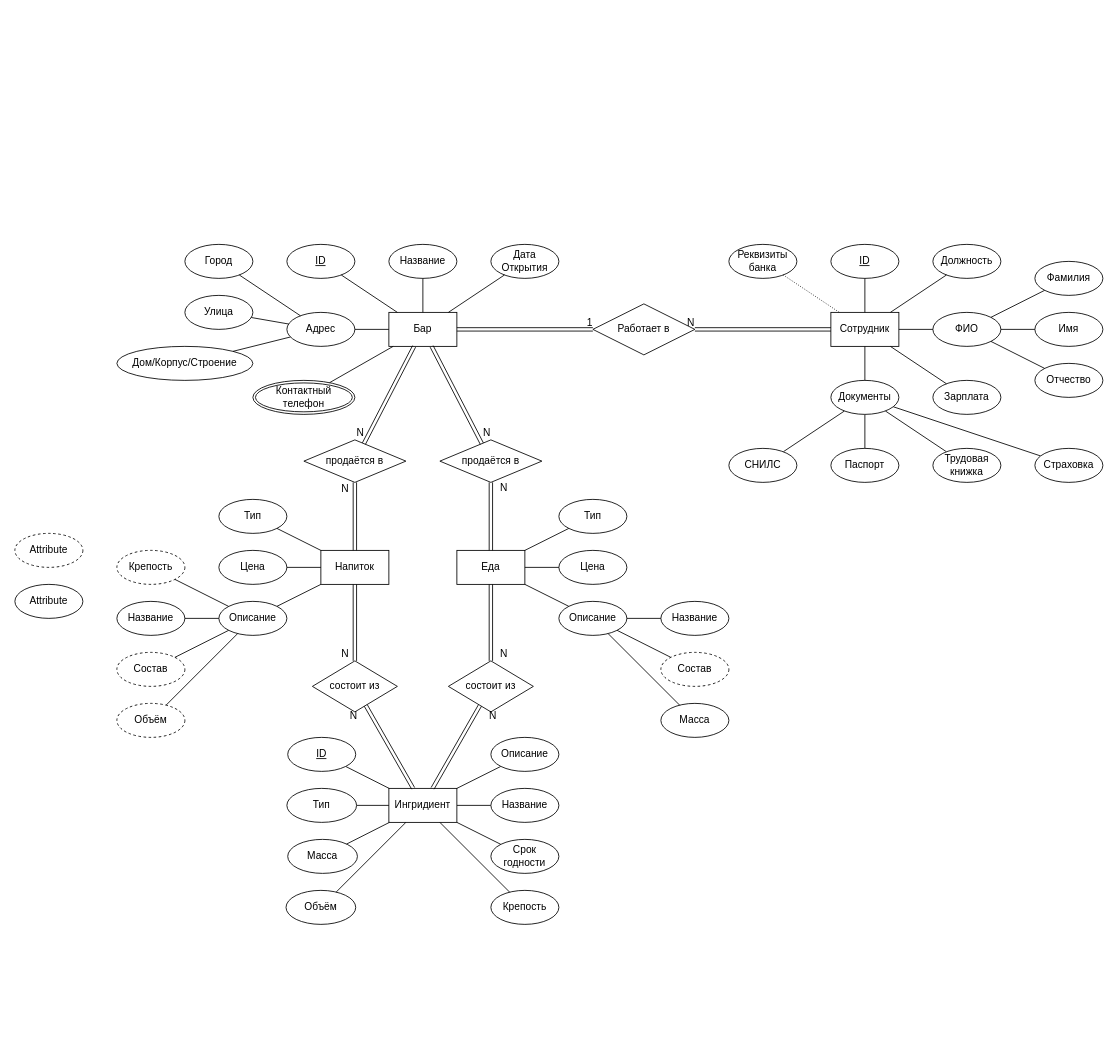
Earlier version of the draw.io diagram erm.drawio (randomunrandom/pkis). Source tidied: cells renumbered, new cells numbered last; positions are measured from the earlier drawing's top-left corner, leaving out a move shared by most shapes. Both pictures are drawn from the tidied source at 85%, with x=0, y=0 at pixel (14, 244).
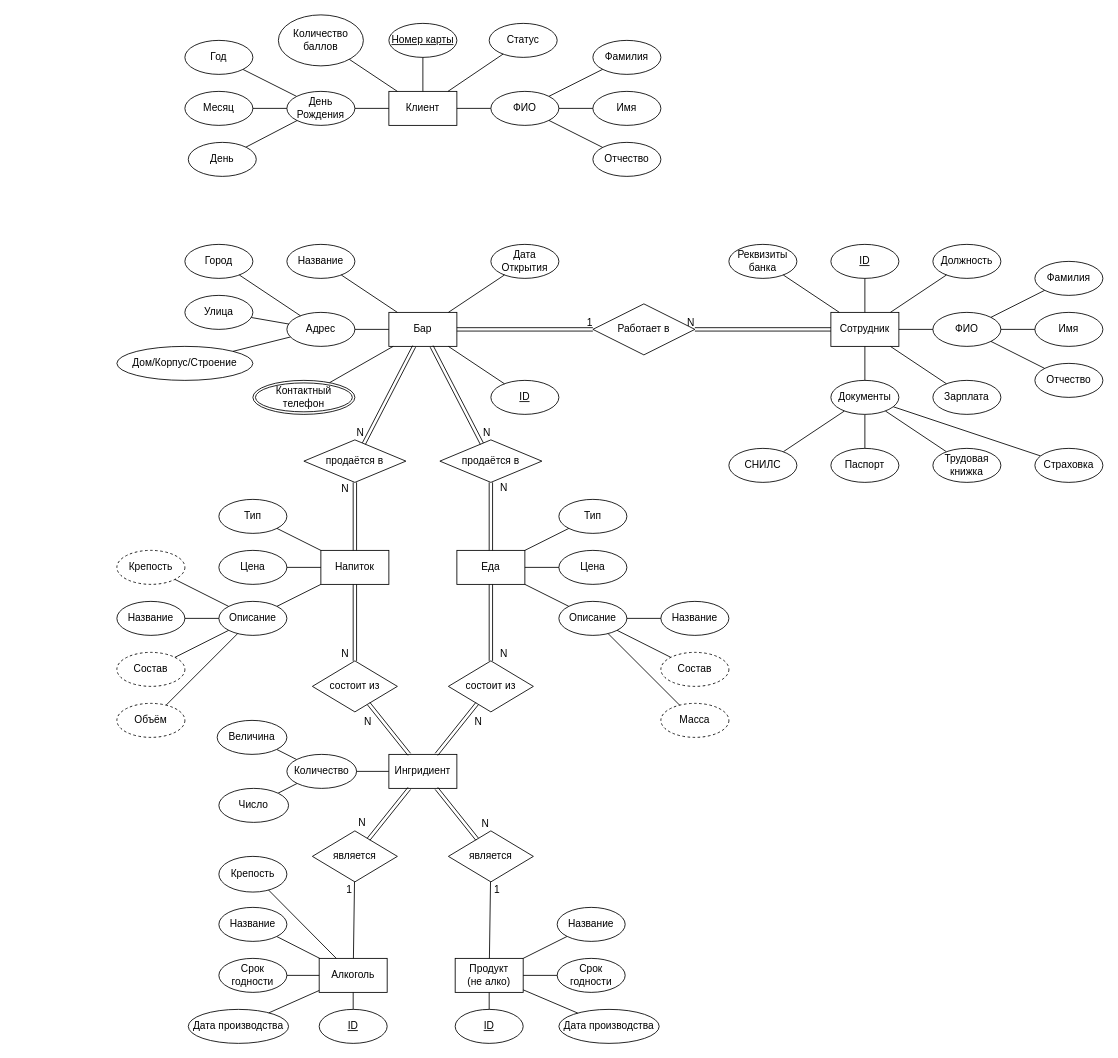
After the change.

Unchanged cells that the change refers to:
```xml
<mxCell id="23" value="Сотрудник" style="whiteSpace=wrap;html=1;align=center;" parent="1" vertex="1">
  <mxGeometry x="960" y="80" width="80" height="40" as="geometry" />
</mxCell>
<mxCell id="50" value="Реквизиты банка" style="ellipse;whiteSpace=wrap;html=1;align=center;" parent="1" vertex="1">
  <mxGeometry x="840" width="80" height="40" as="geometry" />
</mxCell>
<mxCell id="64" value="состоит из" style="shape=rhombus;perimeter=rhombusPerimeter;whiteSpace=wrap;html=1;align=center;" parent="1" vertex="1">
  <mxGeometry x="350" y="490" width="100" height="60" as="geometry" />
</mxCell>
<mxCell id="72" value="Описание" style="ellipse;whiteSpace=wrap;html=1;align=center;" parent="1" vertex="1">
  <mxGeometry x="640" y="420" width="80" height="40" as="geometry" />
</mxCell>
<mxCell id="77" value="состоит из" style="shape=rhombus;perimeter=rhombusPerimeter;whiteSpace=wrap;html=1;align=center;" parent="1" vertex="1">
  <mxGeometry x="510" y="490" width="100" height="60" as="geometry" />
</mxCell>
```

Diff of the diagram source:
```diff
@@
     <mxCell id="3" value="ID" style="ellipse;whiteSpace=wrap;html=1;align=center;fontStyle=4;" parent="1" vertex="1">
-      <mxGeometry x="320" width="80" height="40" as="geometry" />
+      <mxGeometry x="560" y="160" width="80" height="40" as="geometry" />
     </mxCell>
@@
     <mxCell id="5" value="Название" style="ellipse;whiteSpace=wrap;html=1;align=center;" parent="1" vertex="1">
-      <mxGeometry x="440" width="80" height="40" as="geometry" />
+      <mxGeometry x="320" width="80" height="40" as="geometry" />
     </mxCell>
@@
-    <mxCell id="18" value="Attribute" style="ellipse;whiteSpace=wrap;html=1;align=center;" parent="1" vertex="1">
-      <mxGeometry y="400" width="80" height="40" as="geometry" />
-    </mxCell>
@@
-    <mxCell id="51" style="endArrow=none;html=1;rounded=0;dashed=1;dashPattern=1 2;" parent="1" edge="1" source="50" target="23">
-      <mxGeometry relative="1" as="geometry" />
-    </mxCell>
@@
-    <mxCell id="69" value="Attribute" style="ellipse;whiteSpace=wrap;html=1;align=center;dashed=1;" parent="1" vertex="1">
-      <mxGeometry y="340" width="80" height="40" as="geometry" />
-    </mxCell>
@@
-    <mxCell id="82" value="Масса" style="ellipse;whiteSpace=wrap;html=1;align=center;" parent="1" vertex="1">
-      <mxGeometry x="760" y="540" width="80" height="40" as="geometry" />
-    </mxCell>
@@
-    <mxCell id="96" style="endArrow=none;html=1;rounded=0;" parent="1" edge="1" source="72" target="82">
+    <mxCell id="96" style="endArrow=none;html=1;rounded=0;" parent="1" edge="1" source="72" target="124">
       <mxGeometry relative="1" as="geometry" />
     </mxCell>
-    <mxCell id="97" style="edgeStyle=none;rounded=0;jettySize=auto;html=1;endArrow=none;endFill=0;" parent="1" edge="1" source="99" target="104">
-      <mxGeometry relative="1" as="geometry" />
-    </mxCell>
@@
-    <mxCell id="99" value="Ингридиент" style="whiteSpace=wrap;html=1;align=center;" parent="1" vertex="1">
-      <mxGeometry x="440" y="640" width="80" height="40" as="geometry" />
+    <mxCell id="99" value="Продукт&lt;br&gt;(не алко)" style="whiteSpace=wrap;html=1;align=center;" parent="1" vertex="1">
+      <mxGeometry x="518" y="840" width="80" height="40" as="geometry" />
     </mxCell>
-    <mxCell id="100" style="shape=link;html=1;rounded=0;endArrow=none;endFill=0;" parent="1" edge="1" source="99" target="77">
-      <mxGeometry relative="1" as="geometry" />
-    </mxCell>
-    <mxCell id="101" value="N" style="html=1;align=right;verticalAlign=bottom;direction=south;" parent="100" vertex="1">
-      <mxGeometry x="1" relative="1" as="geometry">
-        <mxPoint x="20" y="20" as="offset" />
-      </mxGeometry>
-    </mxCell>
-    <mxCell id="102" style="shape=link;html=1;rounded=0;endArrow=none;endFill=0;" parent="1" edge="1" source="99" target="64">
-      <mxGeometry relative="1" as="geometry" />
-    </mxCell>
-    <mxCell id="103" value="N" style="html=1;align=right;verticalAlign=bottom;direction=south;" parent="102" vertex="1">
-      <mxGeometry x="1" relative="1" as="geometry">
-        <mxPoint x="-10" y="20" as="offset" />
-      </mxGeometry>
-    </mxCell>
-    <mxCell id="104" value="Описание" style="ellipse;whiteSpace=wrap;html=1;align=center;" parent="1" vertex="1">
-      <mxGeometry x="560" y="580" width="80" height="40" as="geometry" />
-    </mxCell>
     <mxCell id="105" value="Название" style="ellipse;whiteSpace=wrap;html=1;align=center;" parent="1" vertex="1">
-      <mxGeometry x="560" y="640" width="80" height="40" as="geometry" />
+      <mxGeometry x="638" y="780" width="80" height="40" as="geometry" />
     </mxCell>
     <mxCell id="106" value="Срок годности" style="ellipse;whiteSpace=wrap;html=1;align=center;" parent="1" vertex="1">
-      <mxGeometry x="560" y="700" width="80" height="40" as="geometry" />
+      <mxGeometry x="638" y="840" width="80" height="40" as="geometry" />
     </mxCell>
@@
-    <mxCell id="108" style="edgeStyle=none;rounded=0;jettySize=auto;html=1;endArrow=none;endFill=0;" parent="1" edge="1" source="109" target="99">
-      <mxGeometry relative="1" as="geometry" />
-    </mxCell>
-    <mxCell id="109" value="Тип" style="ellipse;whiteSpace=wrap;html=1;align=center;" parent="1" vertex="1">
-      <mxGeometry x="320" y="640" width="82" height="40" as="geometry" />
-    </mxCell>
     <mxCell id="110" value="ID" style="ellipse;whiteSpace=wrap;html=1;align=center;fontStyle=4;" parent="1" vertex="1">
-      <mxGeometry x="321" y="580" width="80" height="40" as="geometry" />
+      <mxGeometry x="518" y="900" width="80" height="40" as="geometry" />
     </mxCell>
-    <mxCell id="111" value="Масса" style="ellipse;whiteSpace=wrap;html=1;align=center;" parent="1" vertex="1">
-      <mxGeometry x="321" y="700" width="82" height="40" as="geometry" />
-    </mxCell>
+    <mxCell id="118" style="edgeStyle=none;rounded=0;jettySize=auto;html=1;endArrow=none;endFill=0;" parent="1" edge="1" source="112" target="121">
+      <mxGeometry relative="1" as="geometry" />
+    </mxCell>
+    <mxCell id="119" style="edgeStyle=none;rounded=0;jettySize=auto;html=1;endArrow=none;endFill=0;" parent="1" edge="1" source="112" target="120">
+      <mxGeometry relative="1" as="geometry" />
+    </mxCell>
-    <mxCell id="112" value="Объём" style="ellipse;whiteSpace=wrap;html=1;align=center;" parent="1" vertex="1">
-      <mxGeometry x="319" y="760" width="82" height="40" as="geometry" />
+    <mxCell id="112" value="Количество" style="ellipse;whiteSpace=wrap;html=1;align=center;" parent="1" vertex="1">
+      <mxGeometry x="320" y="600" width="82" height="40" as="geometry" />
     </mxCell>
+    <mxCell id="120" value="Число" style="ellipse;whiteSpace=wrap;html=1;align=center;" parent="1" vertex="1">
+      <mxGeometry x="240" y="640" width="82" height="40" as="geometry" />
+    </mxCell>
+    <mxCell id="121" value="Величина" style="ellipse;whiteSpace=wrap;html=1;align=center;" parent="1" vertex="1">
+      <mxGeometry x="238" y="560" width="82" height="40" as="geometry" />
+    </mxCell>
+    <mxCell id="117" style="edgeStyle=none;rounded=0;jettySize=auto;html=1;endArrow=none;endFill=0;" parent="1" edge="1" source="99" target="106">
+      <mxGeometry relative="1" as="geometry" />
+    </mxCell>
+    <mxCell id="122" style="edgeStyle=none;rounded=0;jettySize=auto;html=1;exitX=0;exitY=0.5;exitDx=0;exitDy=0;endArrow=none;endFill=0;" parent="1" edge="1" source="123" target="112">
+      <mxGeometry relative="1" as="geometry" />
+    </mxCell>
+    <mxCell id="123" value="Ингридиент" style="whiteSpace=wrap;html=1;align=center;" parent="1" vertex="1">
+      <mxGeometry x="440" y="600" width="80" height="40" as="geometry" />
+    </mxCell>
+    <mxCell id="124" value="Масса" style="ellipse;whiteSpace=wrap;html=1;align=center;dashed=1;" parent="1" vertex="1">
+      <mxGeometry x="760" y="540" width="80" height="40" as="geometry" />
+    </mxCell>
+    <mxCell id="125" style="shape=link;html=1;rounded=0;endArrow=none;endFill=0;" parent="1" edge="1" source="123" target="64">
+      <mxGeometry relative="1" as="geometry" />
+    </mxCell>
+    <mxCell id="126" value="N" style="html=1;align=right;verticalAlign=bottom;direction=south;" parent="125" vertex="1">
+      <mxGeometry x="1" relative="1" as="geometry">
+        <mxPoint x="3.5" y="29.4" as="offset" />
+      </mxGeometry>
+    </mxCell>
+    <mxCell id="127" style="shape=link;html=1;rounded=0;endArrow=none;endFill=0;" parent="1" edge="1" source="123" target="77">
+      <mxGeometry relative="1" as="geometry" />
+    </mxCell>
+    <mxCell id="128" value="N" style="html=1;align=right;verticalAlign=bottom;direction=south;" parent="127" vertex="1">
+      <mxGeometry x="1" relative="1" as="geometry">
+        <mxPoint x="6.5" y="29.4" as="offset" />
+      </mxGeometry>
+    </mxCell>
+    <mxCell id="129" style="edgeStyle=none;rounded=0;jettySize=auto;html=1;endArrow=none;endFill=0;" parent="1" edge="1" source="130" target="131">
+      <mxGeometry relative="1" as="geometry" />
+    </mxCell>
+    <mxCell id="130" value="Алкоголь" style="whiteSpace=wrap;html=1;align=center;" parent="1" vertex="1">
+      <mxGeometry x="358" y="840" width="80" height="40" as="geometry" />
+    </mxCell>
+    <mxCell id="131" value="Название" style="ellipse;whiteSpace=wrap;html=1;align=center;" parent="1" vertex="1">
+      <mxGeometry x="240" y="780" width="80" height="40" as="geometry" />
+    </mxCell>
+    <mxCell id="132" value="Срок годности" style="ellipse;whiteSpace=wrap;html=1;align=center;" parent="1" vertex="1">
+      <mxGeometry x="240" y="840" width="80" height="40" as="geometry" />
+    </mxCell>
+    <mxCell id="133" style="edgeStyle=none;rounded=0;jettySize=auto;html=1;endArrow=none;endFill=0;" parent="1" edge="1" source="130" target="134">
+      <mxGeometry relative="1" as="geometry" />
+    </mxCell>
+    <mxCell id="134" value="ID" style="ellipse;whiteSpace=wrap;html=1;align=center;fontStyle=4;" parent="1" vertex="1">
+      <mxGeometry x="358" y="900" width="80" height="40" as="geometry" />
+    </mxCell>
     <mxCell id="113" value="Крепость" style="ellipse;whiteSpace=wrap;html=1;align=center;" parent="1" vertex="1">
-      <mxGeometry x="560" y="760" width="80" height="40" as="geometry" />
+      <mxGeometry x="240" y="720" width="80" height="42" as="geometry" />
     </mxCell>
-    <mxCell id="114" style="edgeStyle=none;rounded=0;jettySize=auto;html=1;endArrow=none;endFill=0;" parent="1" edge="1" source="111" target="99">
-      <mxGeometry relative="1" as="geometry" />
-    </mxCell>
-    <mxCell id="115" style="edgeStyle=none;rounded=0;jettySize=auto;html=1;endArrow=none;endFill=0;" parent="1" edge="1" source="112" target="99">
-      <mxGeometry relative="1" as="geometry" />
-    </mxCell>
-    <mxCell id="116" style="edgeStyle=none;rounded=0;jettySize=auto;html=1;endArrow=none;endFill=0;" parent="1" edge="1" source="99" target="113">
-      <mxGeometry relative="1" as="geometry" />
-    </mxCell>
-    <mxCell id="117" style="edgeStyle=none;rounded=0;jettySize=auto;html=1;endArrow=none;endFill=0;" parent="1" edge="1" source="99" target="106">
-      <mxGeometry relative="1" as="geometry" />
-    </mxCell>
+    <mxCell id="135" style="edgeStyle=none;rounded=0;jettySize=auto;html=1;endArrow=none;endFill=0;" parent="1" edge="1" source="130" target="113">
+      <mxGeometry relative="1" as="geometry" />
+    </mxCell>
+    <mxCell id="136" style="edgeStyle=none;rounded=0;jettySize=auto;html=1;endArrow=none;endFill=0;" parent="1" edge="1" source="130" target="132">
+      <mxGeometry relative="1" as="geometry" />
+    </mxCell>
+    <mxCell id="137" value="является" style="shape=rhombus;perimeter=rhombusPerimeter;whiteSpace=wrap;html=1;align=center;" parent="1" vertex="1">
+      <mxGeometry x="350" y="690" width="100" height="60" as="geometry" />
+    </mxCell>
+    <mxCell id="138" value="является" style="shape=rhombus;perimeter=rhombusPerimeter;whiteSpace=wrap;html=1;align=center;" parent="1" vertex="1">
+      <mxGeometry x="510" y="690" width="100" height="60" as="geometry" />
+    </mxCell>
+    <mxCell id="139" value="Дата производства" style="ellipse;whiteSpace=wrap;html=1;align=center;" parent="1" vertex="1">
+      <mxGeometry x="204" y="900" width="118" height="40" as="geometry" />
+    </mxCell>
+    <mxCell id="140" style="edgeStyle=none;rounded=0;jettySize=auto;html=1;endArrow=none;endFill=0;" parent="1" edge="1" source="130" target="139">
+      <mxGeometry relative="1" as="geometry" />
+    </mxCell>
+    <mxCell id="141" value="Дата производства" style="ellipse;whiteSpace=wrap;html=1;align=center;" parent="1" vertex="1">
+      <mxGeometry x="640" y="900" width="118" height="40" as="geometry" />
+    </mxCell>
+    <mxCell id="142" style="edgeStyle=none;rounded=0;jettySize=auto;html=1;endArrow=none;endFill=0;" parent="1" edge="1" source="99" target="141">
+      <mxGeometry relative="1" as="geometry" />
+    </mxCell>
+    <mxCell id="143" style="endArrow=none;html=1;rounded=0;" parent="1" edge="1" source="130" target="137">
+      <mxGeometry relative="1" as="geometry" />
+    </mxCell>
+    <mxCell id="144" value="1" style="html=1;align=right;verticalAlign=bottom;" parent="143" vertex="1">
+      <mxGeometry x="1" relative="1" as="geometry">
+        <mxPoint x="-2.6" y="17" as="offset" />
+      </mxGeometry>
+    </mxCell>
+    <mxCell id="145" style="endArrow=none;html=1;rounded=0;" parent="1" edge="1" source="99" target="138">
+      <mxGeometry relative="1" as="geometry" />
+    </mxCell>
+    <mxCell id="146" value="1" style="html=1;align=right;verticalAlign=bottom;" parent="145" vertex="1">
+      <mxGeometry x="1" relative="1" as="geometry">
+        <mxPoint x="11.4" y="17" as="offset" />
+      </mxGeometry>
+    </mxCell>
+    <mxCell id="147" style="shape=link;html=1;rounded=0;endArrow=none;endFill=0;" parent="1" edge="1" source="123" target="137">
+      <mxGeometry relative="1" as="geometry" />
+    </mxCell>
+    <mxCell id="148" value="N" style="html=1;align=right;verticalAlign=bottom;" parent="147" vertex="1">
+      <mxGeometry x="1" relative="1" as="geometry">
+        <mxPoint x="-3.5" y="-10.3" as="offset" />
+      </mxGeometry>
+    </mxCell>
+    <mxCell id="149" style="shape=link;html=1;rounded=0;endArrow=none;endFill=0;" parent="1" edge="1" source="123" target="138">
+      <mxGeometry relative="1" as="geometry" />
+    </mxCell>
+    <mxCell id="150" value="N" style="html=1;align=right;verticalAlign=bottom;" parent="149" vertex="1">
+      <mxGeometry x="1" relative="1" as="geometry">
+        <mxPoint x="14.5" y="-9.3" as="offset" />
+      </mxGeometry>
+    </mxCell>
+    <mxCell id="51" style="endArrow=none;html=1;rounded=0;" parent="1" edge="1" source="50" target="23">
+      <mxGeometry relative="1" as="geometry" />
+    </mxCell>
+    <mxCell id="151" value="Клиент" style="whiteSpace=wrap;html=1;align=center;" parent="1" vertex="1">
+      <mxGeometry x="440" y="-180" width="80" height="40" as="geometry" />
+    </mxCell>
+    <mxCell id="152" value="Номер карты" style="ellipse;whiteSpace=wrap;html=1;align=center;fontStyle=4;" parent="1" vertex="1">
+      <mxGeometry x="440" y="-260" width="80" height="40" as="geometry" />
+    </mxCell>
+    <mxCell id="153" style="endArrow=none;html=1;rounded=0;" parent="1" edge="1" source="165" target="151">
+      <mxGeometry relative="1" as="geometry" />
+    </mxCell>
+    <mxCell id="154" style="endArrow=none;html=1;rounded=0;" parent="1" edge="1" source="152" target="151">
+      <mxGeometry relative="1" as="geometry" />
+    </mxCell>
+    <mxCell id="155" style="endArrow=none;html=1;rounded=0;" parent="1" edge="1" source="156" target="151">
+      <mxGeometry relative="1" as="geometry" />
+    </mxCell>
+    <mxCell id="156" value="ФИО" style="ellipse;whiteSpace=wrap;html=1;align=center;" parent="1" vertex="1">
+      <mxGeometry x="560" y="-180" width="80" height="40" as="geometry" />
+    </mxCell>
+    <mxCell id="157" value="Имя" style="ellipse;whiteSpace=wrap;html=1;align=center;" parent="1" vertex="1">
+      <mxGeometry x="680" y="-180" width="80" height="40" as="geometry" />
+    </mxCell>
+    <mxCell id="158" value="Фамилия" style="ellipse;whiteSpace=wrap;html=1;align=center;" parent="1" vertex="1">
+      <mxGeometry x="680" y="-240" width="80" height="40" as="geometry" />
+    </mxCell>
+    <mxCell id="159" value="Отчество" style="ellipse;whiteSpace=wrap;html=1;align=center;" parent="1" vertex="1">
+      <mxGeometry x="680" y="-120" width="80" height="40" as="geometry" />
+    </mxCell>
+    <mxCell id="160" style="endArrow=none;html=1;rounded=0;" parent="1" edge="1" source="157" target="156">
+      <mxGeometry relative="1" as="geometry" />
+    </mxCell>
+    <mxCell id="161" style="endArrow=none;html=1;rounded=0;" parent="1" edge="1" source="159" target="156">
+      <mxGeometry relative="1" as="geometry" />
+    </mxCell>
+    <mxCell id="162" style="endArrow=none;html=1;rounded=0;" parent="1" edge="1" source="158" target="156">
+      <mxGeometry relative="1" as="geometry" />
+    </mxCell>
+    <mxCell id="163" value="Количество баллов" style="ellipse;whiteSpace=wrap;html=1;align=center;" parent="1" vertex="1">
+      <mxGeometry x="310" y="-270" width="100" height="60" as="geometry" />
+    </mxCell>
+    <mxCell id="164" style="edgeStyle=none;rounded=0;jettySize=auto;html=1;endArrow=none;endFill=0;" parent="1" edge="1" source="165" target="167">
+      <mxGeometry relative="1" as="geometry" />
+    </mxCell>
+    <mxCell id="165" value="День Рождения" style="ellipse;whiteSpace=wrap;html=1;align=center;" parent="1" vertex="1">
+      <mxGeometry x="320" y="-180" width="80" height="40" as="geometry" />
+    </mxCell>
+    <mxCell id="166" value="Месяц" style="ellipse;whiteSpace=wrap;html=1;align=center;" parent="1" vertex="1">
+      <mxGeometry x="200" y="-180" width="80" height="40" as="geometry" />
+    </mxCell>
+    <mxCell id="167" value="Год" style="ellipse;whiteSpace=wrap;html=1;align=center;" parent="1" vertex="1">
+      <mxGeometry x="200" y="-240" width="80" height="40" as="geometry" />
+    </mxCell>
+    <mxCell id="168" value="День" style="ellipse;whiteSpace=wrap;html=1;align=center;" parent="1" vertex="1">
+      <mxGeometry x="204" y="-120" width="80" height="40" as="geometry" />
+    </mxCell>
+    <mxCell id="169" style="edgeStyle=none;rounded=0;jettySize=auto;html=1;endArrow=none;endFill=0;" parent="1" edge="1" source="165" target="166">
+      <mxGeometry relative="1" as="geometry" />
+    </mxCell>
+    <mxCell id="170" style="edgeStyle=none;rounded=0;jettySize=auto;html=1;endArrow=none;endFill=0;" parent="1" edge="1" source="165" target="168">
+      <mxGeometry relative="1" as="geometry" />
+    </mxCell>
+    <mxCell id="171" value="Статус" style="ellipse;whiteSpace=wrap;html=1;align=center;" parent="1" vertex="1">
+      <mxGeometry x="558" y="-260" width="80" height="40" as="geometry" />
+    </mxCell>
+    <mxCell id="172" style="endArrow=none;html=1;rounded=0;" parent="1" edge="1" source="171" target="151">
+      <mxGeometry relative="1" as="geometry" />
+    </mxCell>
+    <mxCell id="173" style="endArrow=none;html=1;rounded=0;" parent="1" edge="1" source="163" target="151">
+      <mxGeometry relative="1" as="geometry" />
+    </mxCell>
```
